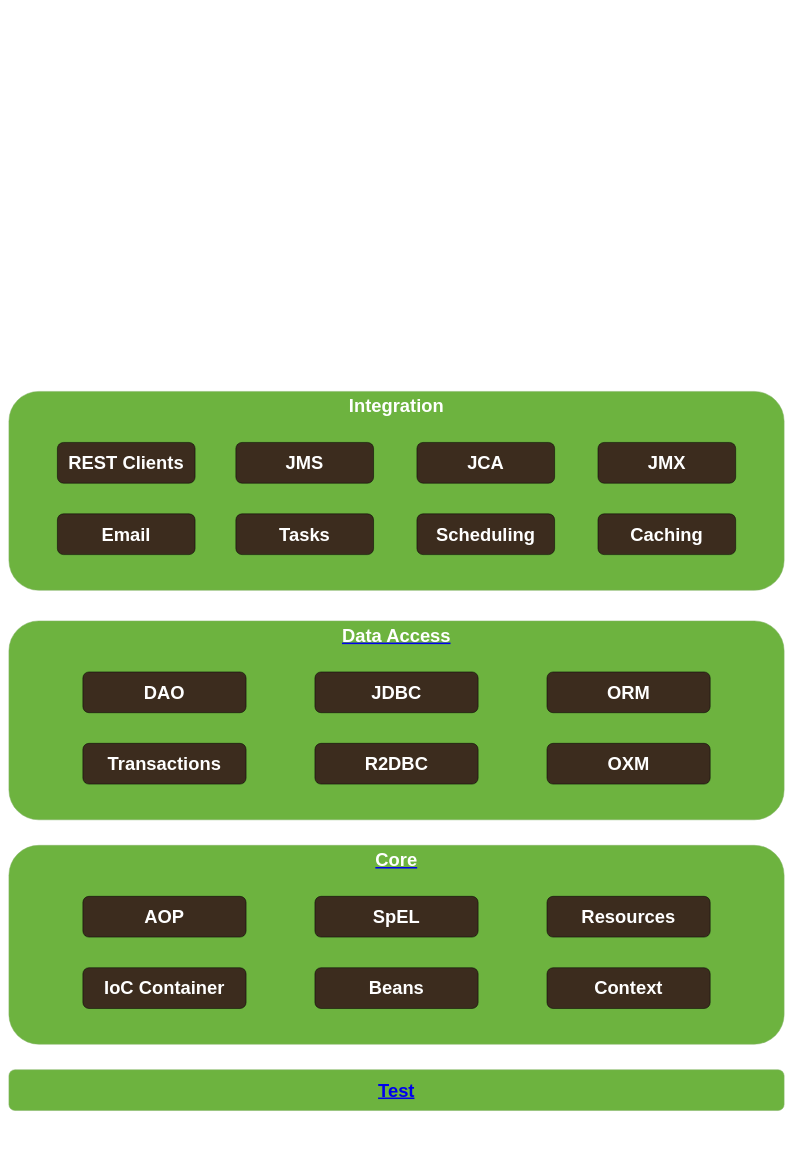
Above: java-road-map/SpringFramework6.1.x.drawio in zhuyee/draw (draw.io), before the change. Source tidied: cells renumbered, new cells numbered last; positions are measured from the earlier drawing's top-left corner, leaving out a move shared by most shapes. Both pictures are drawn from the tidied source at 51%, with x=0, y=0 at pixel (9, 391).
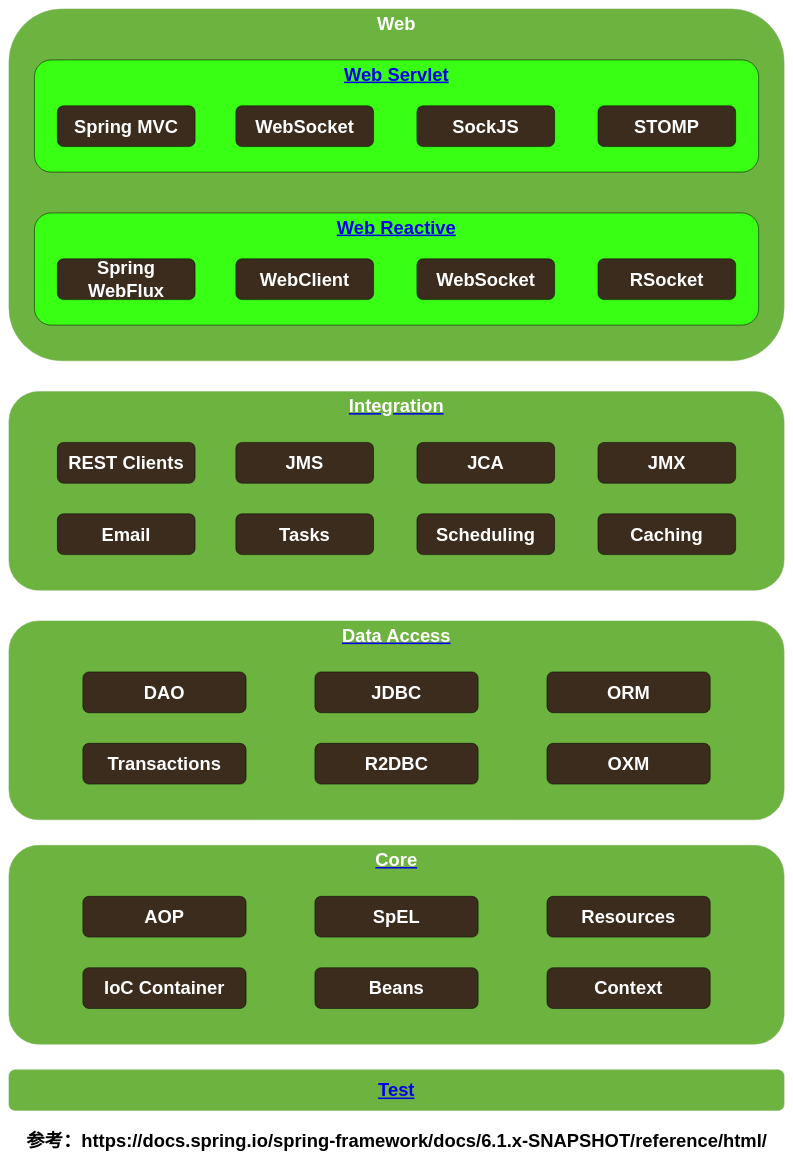
The same diagram, later.

Diff of the diagram source:
```diff
@@
-    <mxCell id="17" value="&lt;font color=&quot;#ffffff&quot;&gt;&lt;span style=&quot;font-size: 36px;&quot;&gt;Integration&lt;/span&gt;&lt;/font&gt;" style="rounded=1;whiteSpace=wrap;html=1;fontStyle=1;fillColor=#6db33f;strokeColor=#82b366;glass=0;shadow=0;verticalAlign=top;" parent="1" vertex="1">
+    <mxCell id="17" value="&lt;span style=&quot;font-size: 36px;&quot;&gt;&lt;a href=&quot;https://docs.spring.io/spring-framework/docs/6.1.x-SNAPSHOT/reference/html/integration.html&quot;&gt;&lt;font color=&quot;#ffffff&quot;&gt;Integration&lt;/font&gt;&lt;/a&gt;&lt;/span&gt;" style="rounded=1;whiteSpace=wrap;html=1;fontStyle=1;fillColor=#6db33f;strokeColor=#82b366;glass=0;shadow=0;verticalAlign=top;" parent="1" vertex="1">
       <mxGeometry width="1520" height="390" as="geometry" />
     </mxCell>
@@
+    <mxCell id="26" value="&lt;font color=&quot;#ffffff&quot;&gt;&lt;span style=&quot;font-size: 36px;&quot;&gt;Web&lt;/span&gt;&lt;/font&gt;" style="rounded=1;whiteSpace=wrap;html=1;fontStyle=1;fillColor=#6db33f;strokeColor=#82b366;glass=0;shadow=0;verticalAlign=top;" parent="1" vertex="1">
+      <mxGeometry y="-750" width="1520" height="690" as="geometry" />
+    </mxCell>
+    <mxCell id="27" value="&lt;font color=&quot;#e1d5e7&quot; style=&quot;font-size: 36px;&quot;&gt;&lt;b style=&quot;&quot;&gt;&lt;a style=&quot;&quot; href=&quot;https://docs.spring.io/spring-framework/docs/6.1.x-SNAPSHOT/reference/html/web.html&quot;&gt;Web Servlet&lt;/a&gt;&lt;/b&gt;&lt;/font&gt;" style="rounded=1;whiteSpace=wrap;html=1;fillColor=#39ff14;verticalAlign=top;fontColor=#FFFFFF;" parent="1" vertex="1">
+      <mxGeometry x="50" y="-650" width="1420" height="220" as="geometry" />
+    </mxCell>
+    <mxCell id="28" value="&lt;font color=&quot;#ffffff&quot; style=&quot;font-size: 36px;&quot;&gt;WebSocket&lt;br&gt;&lt;/font&gt;" style="rounded=1;whiteSpace=wrap;html=1;fillColor=#3c2c1e;fontStyle=1;" parent="1" vertex="1">
+      <mxGeometry x="445" y="-560" width="270" height="80" as="geometry" />
+    </mxCell>
+    <mxCell id="29" value="&lt;font color=&quot;#ffffff&quot; style=&quot;font-size: 36px;&quot;&gt;SockJS&lt;/font&gt;" style="rounded=1;whiteSpace=wrap;html=1;fillColor=#3c2c1e;fontStyle=1;" parent="1" vertex="1">
+      <mxGeometry x="800" y="-560" width="270" height="80" as="geometry" />
+    </mxCell>
+    <mxCell id="30" value="&lt;font color=&quot;#ffffff&quot;&gt;&lt;span style=&quot;font-size: 36px;&quot;&gt;Spring MVC&lt;/span&gt;&lt;/font&gt;" style="rounded=1;whiteSpace=wrap;html=1;fillColor=#3c2c1e;fontStyle=1;" parent="1" vertex="1">
+      <mxGeometry x="95" y="-560" width="270" height="80" as="geometry" />
+    </mxCell>
+    <mxCell id="31" value="&lt;font color=&quot;#ffffff&quot; style=&quot;font-size: 36px;&quot;&gt;STOMP&lt;/font&gt;" style="rounded=1;whiteSpace=wrap;html=1;fillColor=#3c2c1e;fontStyle=1;" parent="1" vertex="1">
+      <mxGeometry x="1155" y="-560" width="270" height="80" as="geometry" />
+    </mxCell>
+    <mxCell id="32" value="&lt;font color=&quot;#ffffff&quot; style=&quot;font-size: 36px;&quot;&gt;&lt;b&gt;&lt;a href=&quot;https://docs.spring.io/spring-framework/docs/6.1.x-SNAPSHOT/reference/html/web-reactive.html&quot;&gt;Web Reactive&lt;/a&gt;&lt;/b&gt;&lt;/font&gt;" style="rounded=1;whiteSpace=wrap;html=1;fillColor=#39ff14;verticalAlign=top;" parent="1" vertex="1">
+      <mxGeometry x="50" y="-350" width="1420" height="220" as="geometry" />
+    </mxCell>
+    <mxCell id="33" value="&lt;font color=&quot;#ffffff&quot; style=&quot;font-size: 36px;&quot;&gt;WebClient&lt;br&gt;&lt;/font&gt;" style="rounded=1;whiteSpace=wrap;html=1;fillColor=#3c2c1e;fontStyle=1;" parent="1" vertex="1">
+      <mxGeometry x="445" y="-260" width="270" height="80" as="geometry" />
+    </mxCell>
+    <mxCell id="34" value="&lt;font color=&quot;#ffffff&quot; style=&quot;font-size: 36px;&quot;&gt;WebSocket&lt;/font&gt;" style="rounded=1;whiteSpace=wrap;html=1;fillColor=#3c2c1e;fontStyle=1;" parent="1" vertex="1">
+      <mxGeometry x="800" y="-260" width="270" height="80" as="geometry" />
+    </mxCell>
+    <mxCell id="35" value="&lt;font color=&quot;#ffffff&quot; style=&quot;font-size: 36px;&quot;&gt;Spring WebFlux&lt;/font&gt;" style="rounded=1;whiteSpace=wrap;html=1;fillColor=#3c2c1e;fontStyle=1;" parent="1" vertex="1">
+      <mxGeometry x="95" y="-260" width="270" height="80" as="geometry" />
+    </mxCell>
+    <mxCell id="36" value="&lt;font color=&quot;#ffffff&quot; style=&quot;font-size: 36px;&quot;&gt;RSocket&lt;/font&gt;" style="rounded=1;whiteSpace=wrap;html=1;fillColor=#3c2c1e;fontStyle=1;" parent="1" vertex="1">
+      <mxGeometry x="1155" y="-260" width="270" height="80" as="geometry" />
+    </mxCell>
+    <mxCell id="37" value="&lt;font style=&quot;font-size: 36px;&quot;&gt;参考：https://docs.spring.io/spring-framework/docs/6.1.x-SNAPSHOT/reference/html/&lt;/font&gt;" style="text;html=1;strokeColor=none;fillColor=none;align=center;verticalAlign=middle;whiteSpace=wrap;rounded=0;fontStyle=1;" parent="1" vertex="1">
+      <mxGeometry x="12.5" y="1434" width="1495" height="70" as="geometry" />
+    </mxCell>
```
